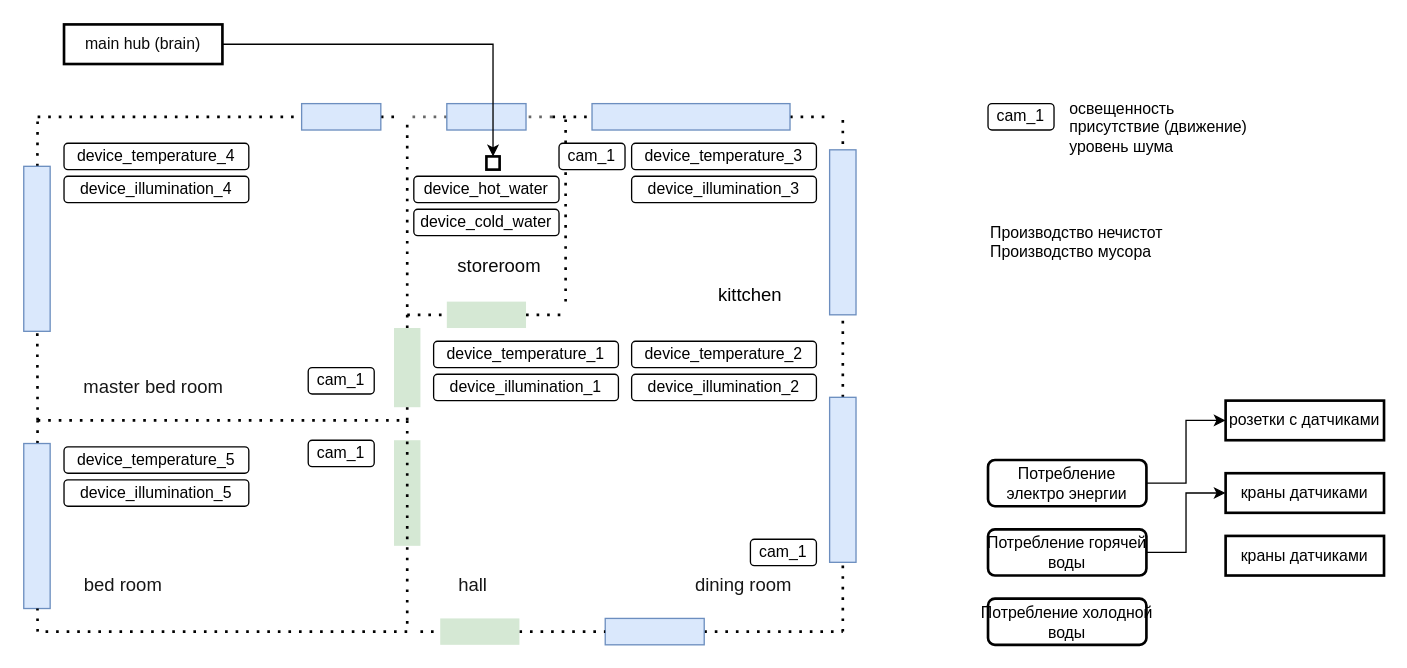
GolCon/home_ai keeps this draw.io diagram as Untitled Diagram.drawio. Above is the earlier version. Source tidied: cells renumbered, new cells numbered last; positions are measured from the earlier drawing's top-left corner, leaving out a move shared by most shapes. Both pictures are drawn from the tidied source at 132%, with x=0, y=0 at pixel (-46, 24).
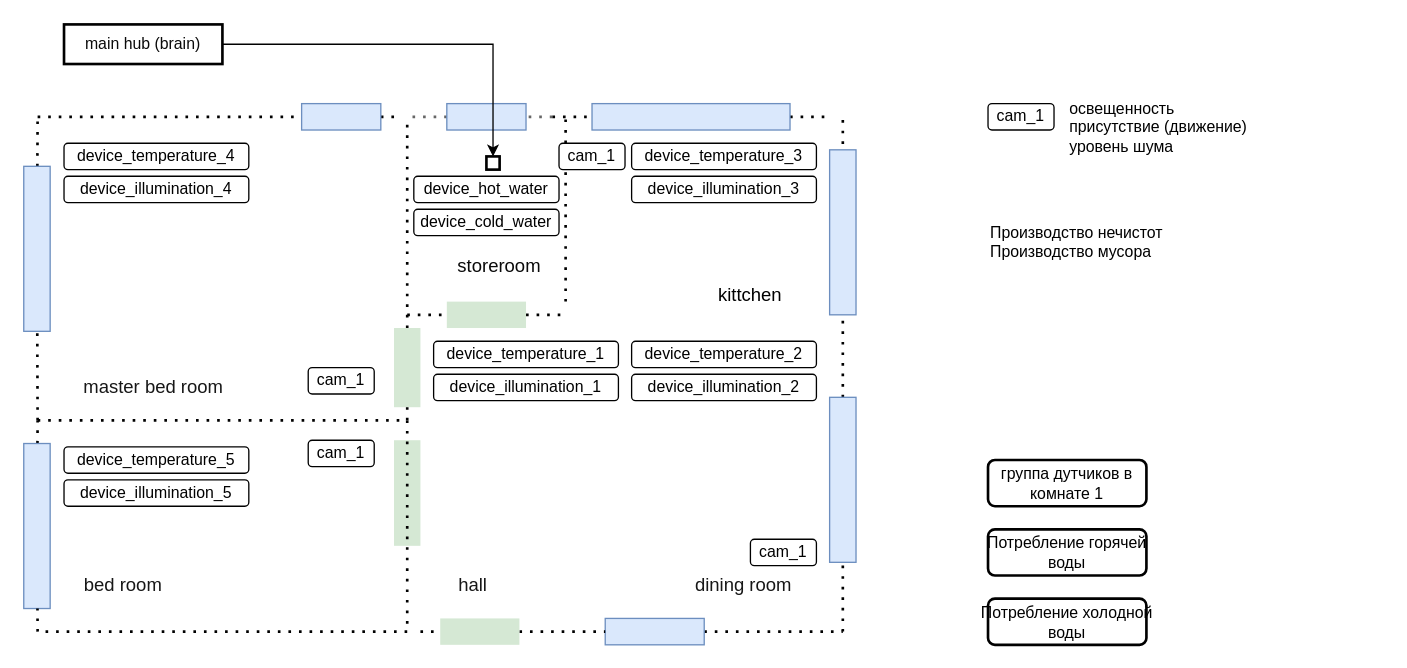
The same page after the edit.

Unchanged cells that the change refers to:
```xml
<mxCell id="67" value="&lt;span style=&quot;&quot;&gt;Потребление&amp;nbsp;горячей воды&lt;/span&gt;" style="rounded=1;whiteSpace=wrap;html=1;strokeColor=default;strokeWidth=2;fontSize=12;fontColor=#000000;fillColor=none;gradientColor=none;align=center;labelBorderColor=none;" parent="1" vertex="1">
  <mxGeometry x="783" y="382.5" width="120" height="35" as="geometry" />
</mxCell>
```

Change to the diagram source:
```diff
@@
-    <mxCell id="64" style="edgeStyle=orthogonalEdgeStyle;rounded=0;jettySize=auto;html=1;entryX=0;entryY=0.5;entryDx=0;entryDy=0;fontSize=12;fontColor=#000000;" parent="1" edge="1" source="65" target="69">
-      <mxGeometry relative="1" as="geometry" />
-    </mxCell>
-    <mxCell id="65" value="&lt;span style=&quot;&quot;&gt;Потребление электро энергии&lt;/span&gt;" style="rounded=1;whiteSpace=wrap;html=1;strokeColor=default;strokeWidth=2;fontSize=12;fontColor=#000000;fillColor=none;gradientColor=none;align=center;labelBorderColor=none;" parent="1" vertex="1">
+    <mxCell id="65" value="группа дутчиков в комнате 1" style="rounded=1;whiteSpace=wrap;html=1;strokeColor=default;strokeWidth=2;fontSize=12;fontColor=#000000;fillColor=none;gradientColor=none;align=center;labelBorderColor=none;" parent="1" vertex="1">
       <mxGeometry x="783" y="330" width="120" height="35" as="geometry" />
     </mxCell>
-    <mxCell id="66" style="edgeStyle=orthogonalEdgeStyle;rounded=0;jettySize=auto;html=1;entryX=0;entryY=0.5;entryDx=0;entryDy=0;fontSize=12;fontColor=#000000;" parent="1" edge="1" source="67" target="70">
-      <mxGeometry relative="1" as="geometry" />
-    </mxCell>
@@
-    <mxCell id="69" value="розетки с датчиками" style="rounded=0;whiteSpace=wrap;html=1;labelBorderColor=none;strokeColor=default;strokeWidth=2;fontSize=12;fontColor=#000000;fillColor=none;gradientColor=none;" parent="1" vertex="1">
-      <mxGeometry x="963" y="285" width="120" height="30" as="geometry" />
-    </mxCell>
-    <mxCell id="70" value="краны датчиками" style="rounded=0;whiteSpace=wrap;html=1;labelBorderColor=none;strokeColor=default;strokeWidth=2;fontSize=12;fontColor=#000000;fillColor=none;gradientColor=none;" parent="1" vertex="1">
-      <mxGeometry x="963" y="340" width="120" height="30" as="geometry" />
-    </mxCell>
-    <mxCell id="71" value="краны датчиками" style="rounded=0;whiteSpace=wrap;html=1;labelBorderColor=none;strokeColor=default;strokeWidth=2;fontSize=12;fontColor=#000000;fillColor=none;gradientColor=none;" parent="1" vertex="1">
-      <mxGeometry x="963" y="387.5" width="120" height="30" as="geometry" />
-    </mxCell>
```
